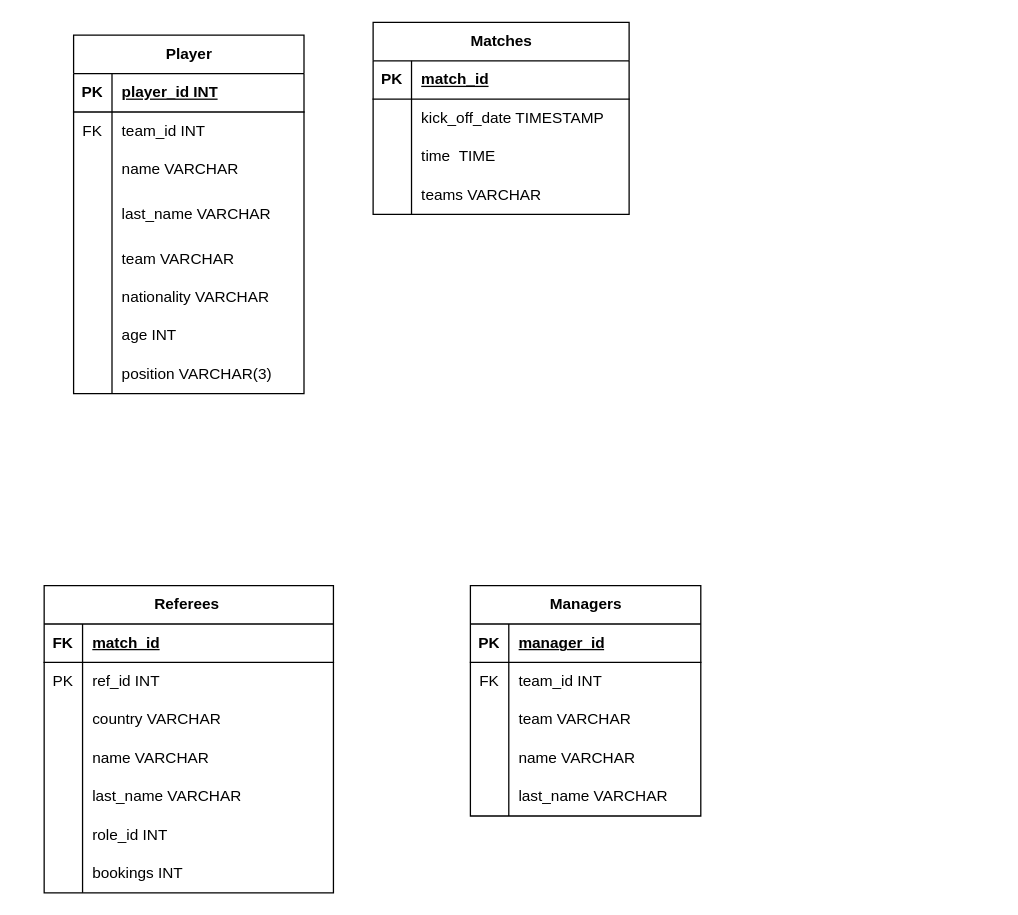
Earlier version of the draw.io diagram db6.drawio (539622RAR/db_6assingment). Source tidied: cells renumbered, new cells numbered last; positions are measured from the earlier drawing's top-left corner, leaving out a move shared by most shapes. Both pictures are drawn from the tidied source at 128%, with x=0, y=0 at pixel (22, 22).
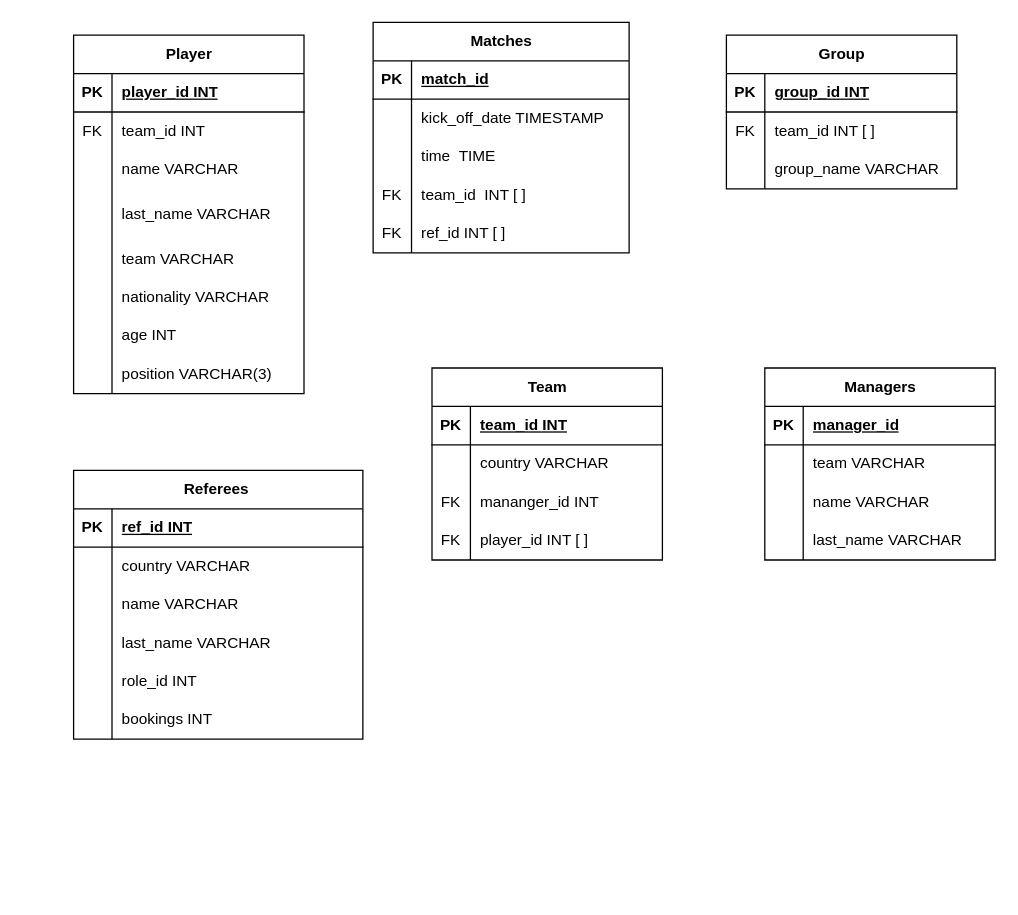
The same page after the edit.

The change refers to these unchanged cells:
```xml
<mxCell id="43" style="shape=tableRow;horizontal=0;startSize=0;swimlaneHead=0;swimlaneBody=0;fillColor=none;top=0;left=0;right=0;bottom=0;" parent="33" vertex="1">
  <mxGeometry y="120" width="200" height="30" as="geometry" />
</mxCell>
<mxCell id="47" style="shape=tableRow;horizontal=0;startSize=0;swimlaneHead=0;swimlaneBody=0;fillColor=none;top=0;left=0;right=0;bottom=1;" parent="46" vertex="1">
  <mxGeometry y="30" width="226" height="30" as="geometry" />
</mxCell>
```

The edit, as a diff of the source:
```diff
@@
     <mxCell id="33" value="Matches" style="shape=table;startSize=30;childLayout=tableLayout;rowLines=0;fontStyle=1;align=center;html=1;" parent="1" vertex="1">
-      <mxGeometry x="274" width="200" height="150" as="geometry" />
+      <mxGeometry x="274" width="200" height="180" as="geometry" />
     </mxCell>
@@
-    <mxCell id="44" style="shape=partialRectangle;fillColor=none;top=0;left=0;bottom=0;right=0;overflow=hidden;whiteSpace=wrap;html=1;" parent="43" vertex="1">
+    <mxCell id="44" value="FK" style="shape=partialRectangle;fillColor=none;top=0;left=0;bottom=0;right=0;overflow=hidden;whiteSpace=wrap;html=1;" parent="43" vertex="1">
       <mxGeometry width="30" height="30" as="geometry" />
     </mxCell>
-    <mxCell id="45" value="teams VARCHAR" style="shape=partialRectangle;fillColor=none;top=0;left=0;bottom=0;right=0;align=left;spacingLeft=6;overflow=hidden;whiteSpace=wrap;html=1;" parent="43" vertex="1">
+    <mxCell id="45" value="team_id&amp;nbsp; INT [ ]" style="shape=partialRectangle;fillColor=none;top=0;left=0;bottom=0;right=0;align=left;spacingLeft=6;overflow=hidden;whiteSpace=wrap;html=1;" parent="43" vertex="1">
       <mxGeometry x="30" width="170" height="30" as="geometry" />
     </mxCell>
+    <mxCell id="84" style="shape=tableRow;horizontal=0;startSize=0;swimlaneHead=0;swimlaneBody=0;fillColor=none;top=0;left=0;right=0;bottom=0;" parent="33" vertex="1">
+      <mxGeometry y="150" width="200" height="30" as="geometry" />
+    </mxCell>
+    <mxCell id="85" value="FK" style="shape=partialRectangle;fillColor=none;top=0;left=0;bottom=0;right=0;overflow=hidden;whiteSpace=wrap;html=1;" parent="84" vertex="1">
+      <mxGeometry width="30" height="30" as="geometry" />
+    </mxCell>
+    <mxCell id="86" value="ref_id INT [ ]" style="shape=partialRectangle;fillColor=none;top=0;left=0;bottom=0;right=0;align=left;spacingLeft=6;overflow=hidden;whiteSpace=wrap;html=1;" parent="84" vertex="1">
+      <mxGeometry x="30" width="170" height="30" as="geometry" />
+    </mxCell>
     <mxCell id="46" value="Referees&amp;nbsp;" style="shape=table;startSize=30;childLayout=tableLayout;rowLines=0;fontStyle=1;align=center;html=1;" parent="1" vertex="1">
-      <mxGeometry x="17" y="440" width="226" height="240" as="geometry" />
+      <mxGeometry x="40" y="350" width="226" height="210" as="geometry" />
     </mxCell>
@@
-    <mxCell id="48" value="FK" style="shape=partialRectangle;fillColor=none;top=0;left=0;bottom=0;right=0;fontStyle=1;overflow=hidden;whiteSpace=wrap;html=1;" parent="47" vertex="1">
+    <mxCell id="48" value="PK" style="shape=partialRectangle;fillColor=none;top=0;left=0;bottom=0;right=0;fontStyle=1;overflow=hidden;whiteSpace=wrap;html=1;" parent="47" vertex="1">
       <mxGeometry width="30" height="30" as="geometry" />
     </mxCell>
-    <mxCell id="49" value="match_id" style="shape=partialRectangle;fillColor=none;top=0;left=0;bottom=0;right=0;align=left;spacingLeft=6;fontStyle=5;overflow=hidden;whiteSpace=wrap;html=1;rowspan=1;" parent="47" vertex="1">
+    <mxCell id="49" value="ref_id INT" style="shape=partialRectangle;fillColor=none;top=0;left=0;bottom=0;right=0;align=left;spacingLeft=6;fontStyle=5;overflow=hidden;whiteSpace=wrap;html=1;rowspan=1;" parent="47" vertex="1">
       <mxGeometry x="30" width="196" height="30" as="geometry" />
     </mxCell>
-    <mxCell id="50" style="shape=tableRow;horizontal=0;startSize=0;swimlaneHead=0;swimlaneBody=0;fillColor=none;top=0;left=0;right=0;bottom=0;" parent="46" vertex="1">
-      <mxGeometry y="60" width="226" height="30" as="geometry" />
-    </mxCell>
-    <mxCell id="51" value="PK" style="shape=partialRectangle;fillColor=none;top=0;left=0;bottom=0;right=0;overflow=hidden;whiteSpace=wrap;html=1;" parent="50" vertex="1">
-      <mxGeometry width="30" height="30" as="geometry" />
-    </mxCell>
-    <mxCell id="52" value="ref_id INT" style="shape=partialRectangle;fillColor=none;top=0;left=0;bottom=0;right=0;align=left;spacingLeft=6;overflow=hidden;whiteSpace=wrap;html=1;" parent="50" vertex="1">
-      <mxGeometry x="30" width="196" height="30" as="geometry" />
-    </mxCell>
     <mxCell id="53" style="shape=tableRow;horizontal=0;startSize=0;swimlaneHead=0;swimlaneBody=0;fillColor=none;top=0;left=0;right=0;bottom=0;" parent="46" vertex="1">
-      <mxGeometry y="90" width="226" height="30" as="geometry" />
+      <mxGeometry y="60" width="226" height="30" as="geometry" />
     </mxCell>
@@
     <mxCell id="56" style="shape=tableRow;horizontal=0;startSize=0;swimlaneHead=0;swimlaneBody=0;fillColor=none;top=0;left=0;right=0;bottom=0;" parent="46" vertex="1">
-      <mxGeometry y="120" width="226" height="30" as="geometry" />
+      <mxGeometry y="90" width="226" height="30" as="geometry" />
     </mxCell>
@@
     <mxCell id="59" style="shape=tableRow;horizontal=0;startSize=0;swimlaneHead=0;swimlaneBody=0;fillColor=none;top=0;left=0;right=0;bottom=0;" parent="46" vertex="1">
-      <mxGeometry y="150" width="226" height="30" as="geometry" />
+      <mxGeometry y="120" width="226" height="30" as="geometry" />
     </mxCell>
@@
     <mxCell id="62" style="shape=tableRow;horizontal=0;startSize=0;swimlaneHead=0;swimlaneBody=0;fillColor=none;top=0;left=0;right=0;bottom=0;" parent="46" vertex="1">
-      <mxGeometry y="180" width="226" height="30" as="geometry" />
+      <mxGeometry y="150" width="226" height="30" as="geometry" />
     </mxCell>
@@
     <mxCell id="65" style="shape=tableRow;horizontal=0;startSize=0;swimlaneHead=0;swimlaneBody=0;fillColor=none;top=0;left=0;right=0;bottom=0;" parent="46" vertex="1">
-      <mxGeometry y="210" width="226" height="30" as="geometry" />
+      <mxGeometry y="180" width="226" height="30" as="geometry" />
     </mxCell>
@@
     <mxCell id="68" value="Managers" style="shape=table;startSize=30;childLayout=tableLayout;rowLines=0;fontStyle=1;align=center;html=1;" parent="1" vertex="1">
-      <mxGeometry x="350" y="440" width="180" height="180" as="geometry" />
+      <mxGeometry x="580" y="270" width="180" height="150" as="geometry" />
     </mxCell>
@@
-    <mxCell id="72" style="shape=tableRow;horizontal=0;startSize=0;swimlaneHead=0;swimlaneBody=0;fillColor=none;top=0;left=0;right=0;bottom=0;" parent="68" vertex="1">
-      <mxGeometry y="60" width="180" height="30" as="geometry" />
-    </mxCell>
-    <mxCell id="73" value="FK" style="shape=partialRectangle;fillColor=none;top=0;left=0;bottom=0;right=0;overflow=hidden;whiteSpace=wrap;html=1;" parent="72" vertex="1">
-      <mxGeometry width="30" height="30" as="geometry" />
-    </mxCell>
-    <mxCell id="74" value="team_id INT" style="shape=partialRectangle;fillColor=none;top=0;left=0;bottom=0;right=0;align=left;spacingLeft=6;overflow=hidden;whiteSpace=wrap;html=1;" parent="72" vertex="1">
-      <mxGeometry x="30" width="150" height="30" as="geometry" />
-    </mxCell>
     <mxCell id="75" style="shape=tableRow;horizontal=0;startSize=0;swimlaneHead=0;swimlaneBody=0;fillColor=none;top=0;left=0;right=0;bottom=0;" parent="68" vertex="1">
-      <mxGeometry y="90" width="180" height="30" as="geometry" />
+      <mxGeometry y="60" width="180" height="30" as="geometry" />
     </mxCell>
@@
     <mxCell id="78" style="shape=tableRow;horizontal=0;startSize=0;swimlaneHead=0;swimlaneBody=0;fillColor=none;top=0;left=0;right=0;bottom=0;" parent="68" vertex="1">
-      <mxGeometry y="120" width="180" height="30" as="geometry" />
+      <mxGeometry y="90" width="180" height="30" as="geometry" />
     </mxCell>
@@
     <mxCell id="81" style="shape=tableRow;horizontal=0;startSize=0;swimlaneHead=0;swimlaneBody=0;fillColor=none;top=0;left=0;right=0;bottom=0;" parent="68" vertex="1">
-      <mxGeometry y="150" width="180" height="30" as="geometry" />
+      <mxGeometry y="120" width="180" height="30" as="geometry" />
     </mxCell>
@@
+    <mxCell id="87" value="Team" style="shape=table;startSize=30;childLayout=tableLayout;rowLines=0;fontStyle=1;align=center;html=1;" parent="1" vertex="1">
+      <mxGeometry x="320" y="270" width="180" height="150" as="geometry" />
+    </mxCell>
+    <mxCell id="88" style="shape=tableRow;horizontal=0;startSize=0;swimlaneHead=0;swimlaneBody=0;fillColor=none;top=0;left=0;right=0;bottom=1;" parent="87" vertex="1">
+      <mxGeometry y="30" width="180" height="30" as="geometry" />
+    </mxCell>
+    <mxCell id="89" value="PK" style="shape=partialRectangle;fillColor=none;top=0;left=0;bottom=0;right=0;fontStyle=1;overflow=hidden;whiteSpace=wrap;html=1;" parent="88" vertex="1">
+      <mxGeometry width="30" height="30" as="geometry" />
+    </mxCell>
+    <mxCell id="74" value="team_id INT" style="shape=partialRectangle;fillColor=none;top=0;left=0;bottom=0;right=0;align=left;spacingLeft=6;fontStyle=5;overflow=hidden;whiteSpace=wrap;html=1;" parent="88" vertex="1">
+      <mxGeometry x="30" width="150" height="30" as="geometry" />
+    </mxCell>
+    <mxCell id="90" style="shape=tableRow;horizontal=0;startSize=0;swimlaneHead=0;swimlaneBody=0;fillColor=none;top=0;left=0;right=0;bottom=0;" parent="87" vertex="1">
+      <mxGeometry y="60" width="180" height="30" as="geometry" />
+    </mxCell>
+    <mxCell id="91" style="shape=partialRectangle;fillColor=none;top=0;left=0;bottom=0;right=0;overflow=hidden;whiteSpace=wrap;html=1;" parent="90" vertex="1">
+      <mxGeometry width="30" height="30" as="geometry" />
+    </mxCell>
+    <mxCell id="92" value="country VARCHAR" style="shape=partialRectangle;fillColor=none;top=0;left=0;bottom=0;right=0;align=left;spacingLeft=6;overflow=hidden;whiteSpace=wrap;html=1;" parent="90" vertex="1">
+      <mxGeometry x="30" width="150" height="30" as="geometry" />
+    </mxCell>
+    <mxCell id="93" style="shape=tableRow;horizontal=0;startSize=0;swimlaneHead=0;swimlaneBody=0;fillColor=none;top=0;left=0;right=0;bottom=0;" parent="87" vertex="1">
+      <mxGeometry y="90" width="180" height="30" as="geometry" />
+    </mxCell>
+    <mxCell id="94" value="FK" style="shape=partialRectangle;fillColor=none;top=0;left=0;bottom=0;right=0;overflow=hidden;whiteSpace=wrap;html=1;" parent="93" vertex="1">
+      <mxGeometry width="30" height="30" as="geometry" />
+    </mxCell>
+    <mxCell id="95" value="mananger_id INT" style="shape=partialRectangle;fillColor=none;top=0;left=0;bottom=0;right=0;align=left;spacingLeft=6;overflow=hidden;whiteSpace=wrap;html=1;" parent="93" vertex="1">
+      <mxGeometry x="30" width="150" height="30" as="geometry" />
+    </mxCell>
+    <mxCell id="96" style="shape=tableRow;horizontal=0;startSize=0;swimlaneHead=0;swimlaneBody=0;fillColor=none;top=0;left=0;right=0;bottom=0;" parent="87" vertex="1">
+      <mxGeometry y="120" width="180" height="30" as="geometry" />
+    </mxCell>
+    <mxCell id="97" value="FK" style="shape=partialRectangle;fillColor=none;top=0;left=0;bottom=0;right=0;overflow=hidden;whiteSpace=wrap;html=1;" parent="96" vertex="1">
+      <mxGeometry width="30" height="30" as="geometry" />
+    </mxCell>
+    <mxCell id="98" value="player_id INT [ ]" style="shape=partialRectangle;fillColor=none;top=0;left=0;bottom=0;right=0;align=left;spacingLeft=6;overflow=hidden;whiteSpace=wrap;html=1;" parent="96" vertex="1">
+      <mxGeometry x="30" width="150" height="30" as="geometry" />
+    </mxCell>
+    <mxCell id="99" value="Group" style="shape=table;startSize=30;childLayout=tableLayout;rowLines=0;fontStyle=1;align=center;html=1;" parent="1" vertex="1">
+      <mxGeometry x="550" y="10" width="180" height="120" as="geometry" />
+    </mxCell>
+    <mxCell id="100" style="shape=tableRow;horizontal=0;startSize=0;swimlaneHead=0;swimlaneBody=0;fillColor=none;top=0;left=0;right=0;bottom=1;" parent="99" vertex="1">
+      <mxGeometry y="30" width="180" height="30" as="geometry" />
+    </mxCell>
+    <mxCell id="101" value="PK" style="shape=partialRectangle;fillColor=none;top=0;left=0;bottom=0;right=0;fontStyle=1;overflow=hidden;whiteSpace=wrap;html=1;" parent="100" vertex="1">
+      <mxGeometry width="30" height="30" as="geometry" />
+    </mxCell>
+    <mxCell id="102" value="group_id INT" style="shape=partialRectangle;fillColor=none;top=0;left=0;bottom=0;right=0;align=left;spacingLeft=6;fontStyle=5;overflow=hidden;whiteSpace=wrap;html=1;" parent="100" vertex="1">
+      <mxGeometry x="30" width="150" height="30" as="geometry" />
+    </mxCell>
+    <mxCell id="103" style="shape=tableRow;horizontal=0;startSize=0;swimlaneHead=0;swimlaneBody=0;fillColor=none;top=0;left=0;right=0;bottom=0;" parent="99" vertex="1">
+      <mxGeometry y="60" width="180" height="30" as="geometry" />
+    </mxCell>
+    <mxCell id="104" value="FK" style="shape=partialRectangle;fillColor=none;top=0;left=0;bottom=0;right=0;overflow=hidden;whiteSpace=wrap;html=1;" parent="103" vertex="1">
+      <mxGeometry width="30" height="30" as="geometry" />
+    </mxCell>
+    <mxCell id="105" value="team_id INT [ ]" style="shape=partialRectangle;fillColor=none;top=0;left=0;bottom=0;right=0;align=left;spacingLeft=6;overflow=hidden;whiteSpace=wrap;html=1;" parent="103" vertex="1">
+      <mxGeometry x="30" width="150" height="30" as="geometry" />
+    </mxCell>
+    <mxCell id="106" style="shape=tableRow;horizontal=0;startSize=0;swimlaneHead=0;swimlaneBody=0;fillColor=none;top=0;left=0;right=0;bottom=0;" parent="99" vertex="1">
+      <mxGeometry y="90" width="180" height="30" as="geometry" />
+    </mxCell>
+    <mxCell id="107" style="shape=partialRectangle;fillColor=none;top=0;left=0;bottom=0;right=0;overflow=hidden;whiteSpace=wrap;html=1;" parent="106" vertex="1">
+      <mxGeometry width="30" height="30" as="geometry" />
+    </mxCell>
+    <mxCell id="108" value="group_name VARCHAR" style="shape=partialRectangle;fillColor=none;top=0;left=0;bottom=0;right=0;align=left;spacingLeft=6;overflow=hidden;whiteSpace=wrap;html=1;" parent="106" vertex="1">
+      <mxGeometry x="30" width="150" height="30" as="geometry" />
+    </mxCell>
```
